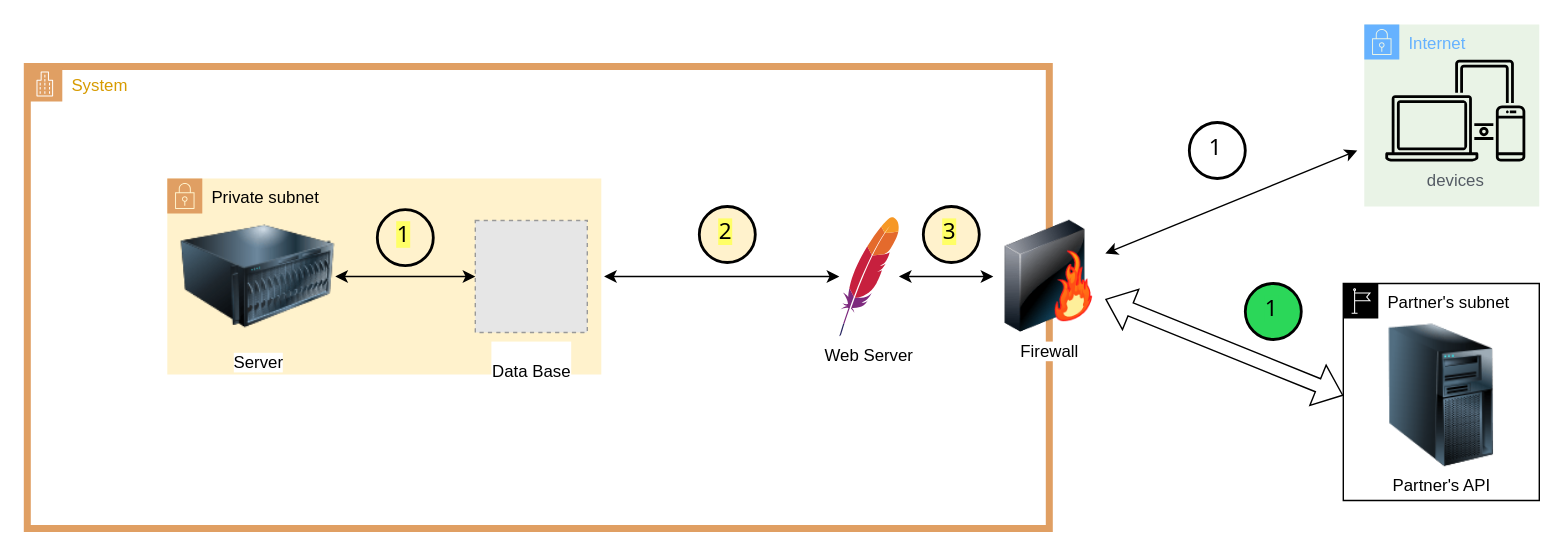
Before: Диаграмма без названия.drawio in Myfasa/tablitsa-iqos, a draw.io diagram. Source tidied: cells renumbered, new cells numbered last; positions are measured from the earlier drawing's top-left corner, leaving out a move shared by most shapes. Both pictures are drawn from the tidied source at 140%, with x=0, y=0 at pixel (27, 24). Pictures stored in the file or linked from it are replaced by grey dashed boxes.
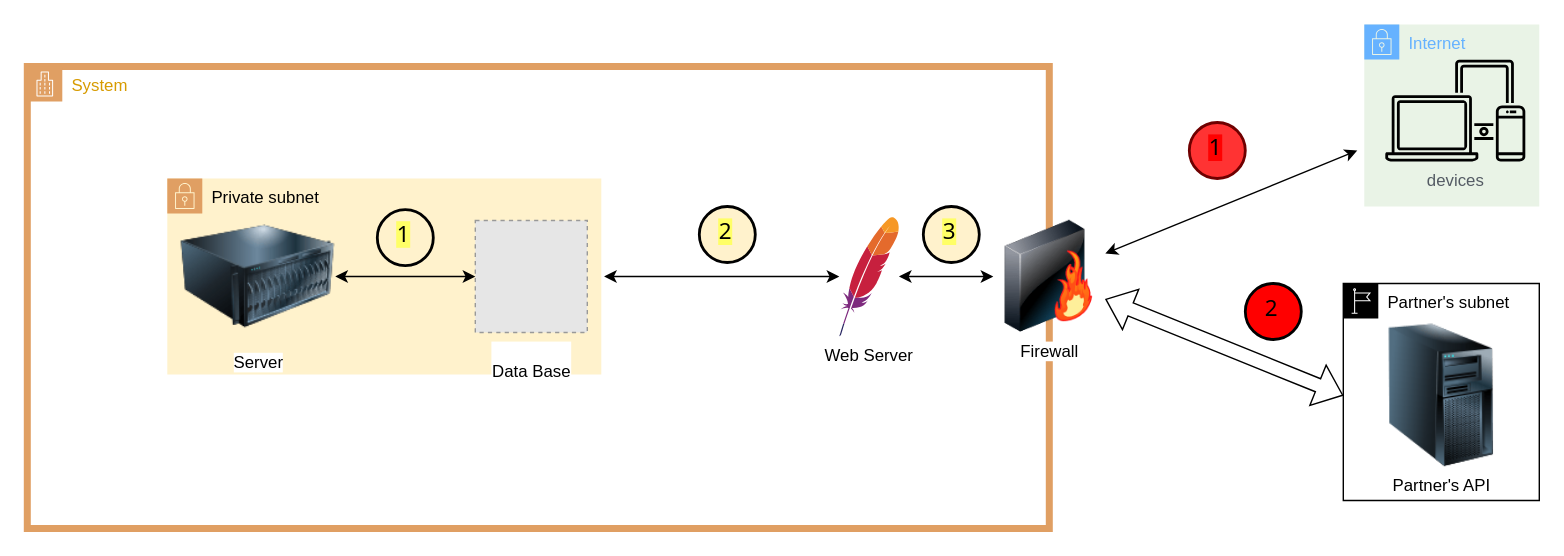
The same diagram, later.

Change to the diagram source:
```diff
@@
-    <mxCell id="16" value="1" style="ellipse;whiteSpace=wrap;html=1;strokeWidth=2;fontFamily=Tahoma;spacingBottom=4;spacingRight=2;shadow=0;labelBackgroundColor=#FFFFFF;sketch=0;fontSize=16;" parent="1" vertex="1">
+    <mxCell id="16" value="1" style="ellipse;whiteSpace=wrap;html=1;strokeWidth=2;fontFamily=Tahoma;spacingBottom=4;spacingRight=2;shadow=0;labelBackgroundColor=#FF0000;sketch=0;fontSize=16;fillColor=#FF3333;fontColor=#000000;strokeColor=#6F0000;" parent="1" vertex="1">
       <mxGeometry x="830" y="70" width="40" height="40" as="geometry" />
     </mxCell>
-    <mxCell id="17" value="1" style="ellipse;whiteSpace=wrap;html=1;strokeWidth=2;fontFamily=Tahoma;spacingBottom=4;spacingRight=2;shadow=0;labelBackgroundColor=#2BD759;sketch=0;fontSize=16;fontColor=#000000;strokeColor=#000000;fillColor=#2BD759;" parent="1" vertex="1">
+    <mxCell id="17" value="2" style="ellipse;whiteSpace=wrap;html=1;strokeWidth=2;fontFamily=Tahoma;spacingBottom=4;spacingRight=2;shadow=0;labelBackgroundColor=#FF0000;sketch=0;fontSize=16;fontColor=#000000;strokeColor=#000000;fillColor=#FF0000;" parent="1" vertex="1">
       <mxGeometry x="870" y="185" width="40" height="40" as="geometry" />
     </mxCell>
```
